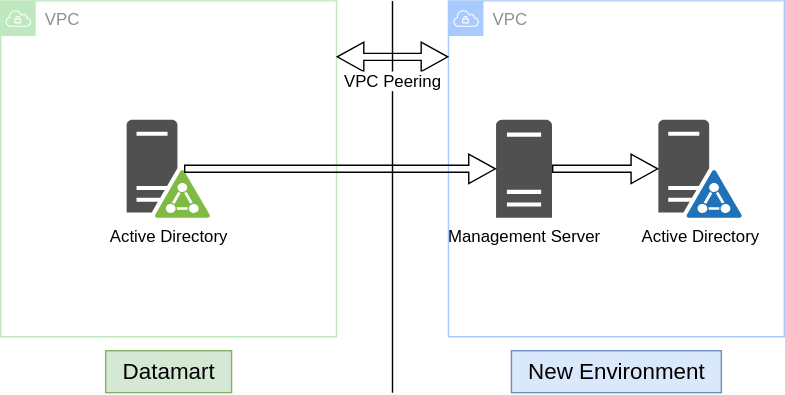
Before: docs/diagrams/ad-data-transfer.drawio.svg, a diagram exported from draw.io (communitiesuk/delta-common-infrastructure). Source tidied: cells renumbered, new cells last; positions are measured from the earlier drawing's top-left corner, leaving out a move shared by most shapes. The source it was exported from:
```xml
<mxGraphModel>
  <root>
    <mxCell id="0" />
    <mxCell id="1" parent="0" />
    <mxCell id="2" value="VPC" style="sketch=0;gradientColor=none;html=1;whiteSpace=wrap;fontSize=12;fontStyle=0;shape=mxgraph.aws4.group;grIcon=mxgraph.aws4.group_vpc;strokeColor=#A9CAFC;fillColor=none;verticalAlign=top;align=left;spacingLeft=30;fontColor=#879196;dashed=0;" parent="1" vertex="1">
      <mxGeometry x="320" width="240" height="240" as="geometry" />
    </mxCell>
    <mxCell id="3" value="VPC" style="sketch=0;gradientColor=none;html=1;whiteSpace=wrap;fontSize=12;fontStyle=0;shape=mxgraph.aws4.group;grIcon=mxgraph.aws4.group_vpc;strokeColor=#BEE8BE;fillColor=none;verticalAlign=top;align=left;spacingLeft=30;fontColor=#879196;dashed=0;" parent="1" vertex="1">
      <mxGeometry width="240" height="240" as="geometry" />
    </mxCell>
    <mxCell id="4" style="endArrow=none;html=1;rounded=0;fontSize=16;" parent="1" edge="1">
      <mxGeometry relative="1" as="geometry">
        <mxPoint x="280" y="280" as="sourcePoint" />
        <mxPoint x="280" as="targetPoint" />
      </mxGeometry>
    </mxCell>
    <mxCell id="5" value="Datamart" style="text;html=1;align=center;verticalAlign=middle;strokeColor=#82b366;fillColor=#D5E8D4;fontSize=16;" parent="1" vertex="1">
      <mxGeometry x="75" y="250" width="90" height="30" as="geometry" />
    </mxCell>
    <mxCell id="6" value="New Environment" style="text;html=1;align=center;verticalAlign=middle;strokeColor=#6c8ebf;fillColor=#dae8fc;fontSize=16;" parent="1" vertex="1">
      <mxGeometry x="365" y="250" width="150" height="30" as="geometry" />
    </mxCell>
    <mxCell id="7" value="Active Directory" style="sketch=0;shadow=0;dashed=0;html=1;strokeColor=none;fillColor=#505050;labelPosition=center;verticalLabelPosition=bottom;verticalAlign=top;outlineConnect=0;align=center;shape=mxgraph.office.servers.active_directory_federation_services_server_blue;" parent="1" vertex="1">
      <mxGeometry x="470" y="85" width="60" height="70" as="geometry" />
    </mxCell>
    <mxCell id="8" value="Active Directory" style="sketch=0;shadow=0;dashed=0;html=1;strokeColor=none;fillColor=#505050;labelPosition=center;verticalLabelPosition=bottom;verticalAlign=top;align=center;shape=mxgraph.office.servers.active_directory_federation_services_server_green;" parent="1" vertex="1">
      <mxGeometry x="90" y="85" width="60" height="70" as="geometry" />
    </mxCell>
    <mxCell id="9" value="Management Server" style="sketch=0;shadow=0;dashed=0;html=1;strokeColor=none;fillColor=#505050;labelPosition=center;verticalLabelPosition=bottom;verticalAlign=top;outlineConnect=0;align=center;shape=mxgraph.office.servers.server_generic;" parent="1" vertex="1">
      <mxGeometry x="354" y="85" width="40" height="70" as="geometry" />
    </mxCell>
    <mxCell id="10" style="endArrow=classic;html=1;rounded=0;fontSize=16;shape=flexArrow;strokeWidth=1;width=5;startWidth=15;endWidth=15;fontColor=#000000;strokeColor=#000000;" parent="1" edge="1" target="9">
      <mxGeometry relative="1" as="geometry">
        <mxPoint x="131" y="120" as="sourcePoint" />
      </mxGeometry>
    </mxCell>
    <mxCell id="11" style="endArrow=classic;html=1;rounded=0;fontSize=16;shape=flexArrow;strokeWidth=1;width=5;startWidth=15;endWidth=15;fontColor=#000000;strokeColor=#000000;" parent="1" edge="1" target="7">
      <mxGeometry relative="1" as="geometry">
        <mxPoint x="394" y="120" as="sourcePoint" />
      </mxGeometry>
    </mxCell>
    <mxCell id="12" value="VPC Peering" style="endArrow=classic;html=1;rounded=0;fontSize=12;shape=flexArrow;strokeWidth=1;width=5;startWidth=15;endWidth=15;fontColor=#000000;strokeColor=#000000;startArrow=block;verticalAlign=top;labelPosition=center;verticalLabelPosition=bottom;align=center;spacingTop=4;" parent="1" edge="1">
      <mxGeometry relative="1" as="geometry">
        <mxPoint x="240" y="40" as="sourcePoint" />
        <mxPoint x="320" y="40" as="targetPoint" />
      </mxGeometry>
    </mxCell>
  </root>
</mxGraphModel>
```
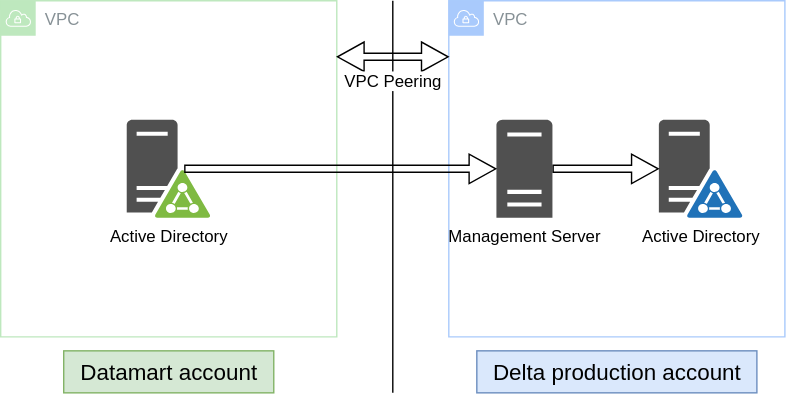
The same file after the commit.

Commit message:
Be more explicit with account labels in data migration diagrams

Change to the diagram source:
```diff
@@ -14,11 +14,11 @@
         <mxPoint x="280" as="targetPoint" />
       </mxGeometry>
     </mxCell>
-    <mxCell id="5" value="Datamart" style="text;html=1;align=center;verticalAlign=middle;strokeColor=#82b366;fillColor=#D5E8D4;fontSize=16;" parent="1" vertex="1">
-      <mxGeometry x="75" y="250" width="90" height="30" as="geometry" />
+    <mxCell id="5" value="Datamart account" style="text;html=1;align=center;verticalAlign=middle;strokeColor=#82b366;fillColor=#D5E8D4;fontSize=16;" parent="1" vertex="1">
+      <mxGeometry x="45" y="250" width="150" height="30" as="geometry" />
     </mxCell>
-    <mxCell id="6" value="New Environment" style="text;html=1;align=center;verticalAlign=middle;strokeColor=#6c8ebf;fillColor=#dae8fc;fontSize=16;" parent="1" vertex="1">
-      <mxGeometry x="365" y="250" width="150" height="30" as="geometry" />
+    <mxCell id="6" value="Delta production account" style="text;html=1;align=center;verticalAlign=middle;strokeColor=#6c8ebf;fillColor=#dae8fc;fontSize=16;" parent="1" vertex="1">
+      <mxGeometry x="340" y="250" width="200" height="30" as="geometry" />
     </mxCell>
     <mxCell id="7" value="Active Directory" style="sketch=0;shadow=0;dashed=0;html=1;strokeColor=none;fillColor=#505050;labelPosition=center;verticalLabelPosition=bottom;verticalAlign=top;outlineConnect=0;align=center;shape=mxgraph.office.servers.active_directory_federation_services_server_blue;" parent="1" vertex="1">
       <mxGeometry x="470" y="85" width="60" height="70" as="geometry" />
```
